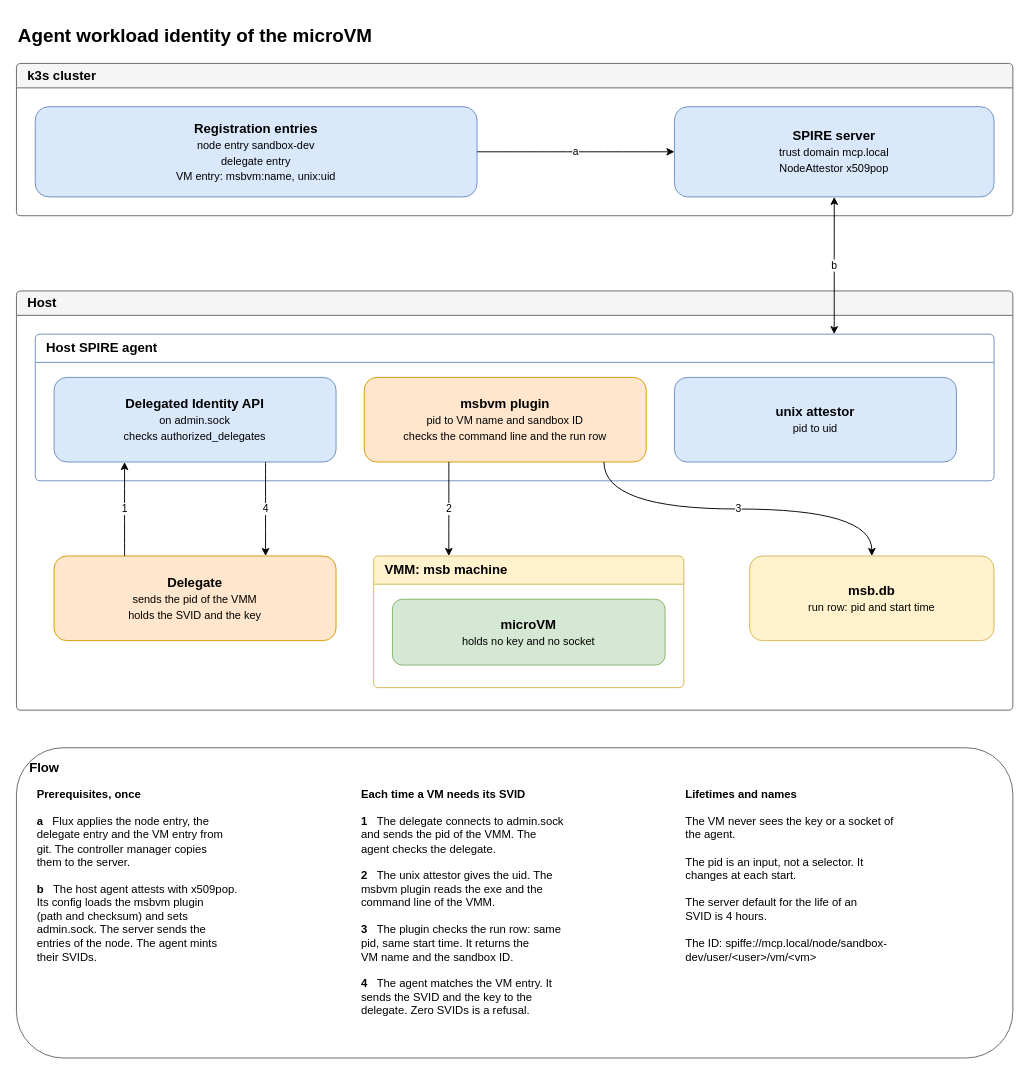
Before: code/agent-workload-identity/docs/diagrams/agent-workload-identity.drawio in raghav19/engineersdaybook, a draw.io diagram. Source tidied: cells renumbered, new cells numbered last; positions are measured from the earlier drawing's top-left corner, leaving out a move shared by most shapes. Both pictures are drawn from the tidied source at 94%, with x=0, y=0 at pixel (16, 16).
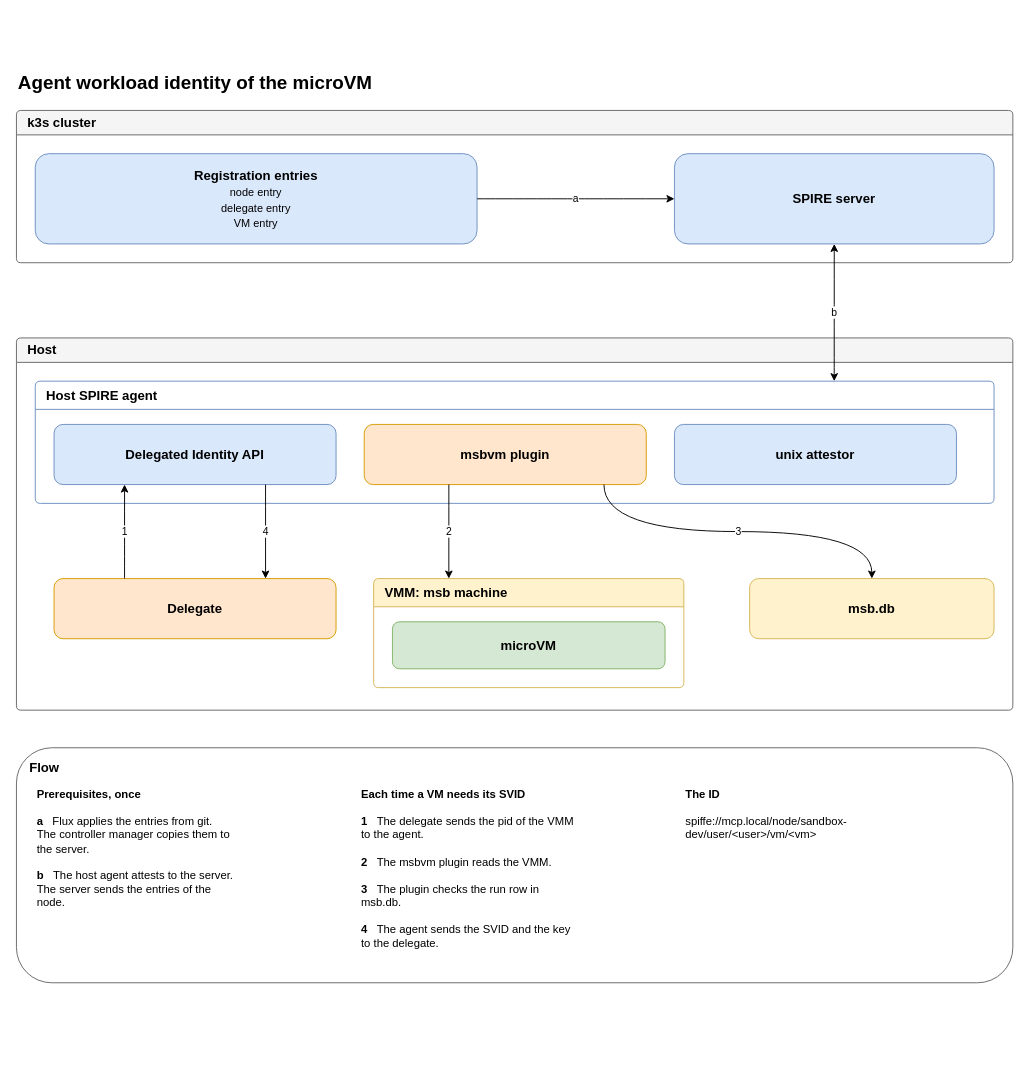
Above is the later version.

Commit message (it also covers changes not shown here):
docs: show only names in the agent workload identity diagram and move the details to flows

Diff of the diagram source:
```diff
@@
     <mxCell id="2" value="&lt;b&gt;Agent workload identity of the microVM&lt;/b&gt;" style="text;html=1;fontSize=20;fontStyle=1;align=left;verticalAlign=middle;" parent="1" vertex="1">
-      <mxGeometry width="1060" height="40" as="geometry" />
+      <mxGeometry y="50" width="1060" height="40" as="geometry" />
     </mxCell>
     <mxCell id="3" value="k3s cluster" style="swimlane;rounded=1;arcSize=6;startSize=26;fillColor=#f5f5f5;strokeColor=#666666;fontSize=14;html=1;align=left;spacingLeft=10;" parent="1" vertex="1">
-      <mxGeometry y="50" width="1060" height="162" as="geometry" />
+      <mxGeometry y="100" width="1060" height="162" as="geometry" />
     </mxCell>
-    <mxCell id="4" value="&lt;b&gt;Registration entries&lt;/b&gt;&lt;br&gt;&lt;small&gt;node entry sandbox-dev&lt;/small&gt;&lt;br&gt;&lt;small&gt;delegate entry&lt;/small&gt;&lt;br&gt;&lt;small&gt;VM entry: msbvm:name, unix:uid&lt;/small&gt;" style="rounded=1;whiteSpace=wrap;html=1;fontSize=14;fillColor=#dae8fc;strokeColor=#6c8ebf;" parent="3" vertex="1">
+    <mxCell id="4" value="&lt;b&gt;Registration entries&lt;/b&gt;&lt;br&gt;&lt;small&gt;node entry&lt;/small&gt;&lt;br&gt;&lt;small&gt;delegate entry&lt;/small&gt;&lt;br&gt;&lt;small&gt;VM entry&lt;/small&gt;" style="rounded=1;whiteSpace=wrap;html=1;fontSize=14;fillColor=#dae8fc;strokeColor=#6c8ebf;" parent="3" vertex="1">
       <mxGeometry x="20" y="46" width="470" height="96" as="geometry" />
     </mxCell>
-    <mxCell id="5" value="&lt;b&gt;SPIRE server&lt;/b&gt;&lt;br&gt;&lt;small&gt;trust domain mcp.local&lt;/small&gt;&lt;br&gt;&lt;small&gt;NodeAttestor x509pop&lt;/small&gt;" style="rounded=1;whiteSpace=wrap;html=1;fontSize=14;fillColor=#dae8fc;strokeColor=#6c8ebf;" parent="3" vertex="1">
+    <mxCell id="5" value="&lt;b&gt;SPIRE server&lt;/b&gt;" style="rounded=1;whiteSpace=wrap;html=1;fontSize=14;fillColor=#dae8fc;strokeColor=#6c8ebf;" parent="3" vertex="1">
       <mxGeometry x="700" y="46" width="340" height="96" as="geometry" />
     </mxCell>
     <mxCell id="6" value="Host" style="swimlane;rounded=1;arcSize=6;startSize=26;fillColor=#f5f5f5;strokeColor=#666666;fontSize=14;html=1;align=left;spacingLeft=10;" parent="1" vertex="1">
-      <mxGeometry y="292" width="1060" height="446" as="geometry" />
+      <mxGeometry y="342" width="1060" height="396" as="geometry" />
     </mxCell>
     <mxCell id="7" value="Host SPIRE agent" style="swimlane;rounded=1;arcSize=6;startSize=30;whiteSpace=wrap;html=1;fontSize=14;fillColor=#ffffff;strokeColor=#6c8ebf;align=left;spacingLeft=10;" parent="6" vertex="1">
-      <mxGeometry x="20" y="46" width="1020" height="156" as="geometry" />
+      <mxGeometry x="20" y="46" width="1020" height="130" as="geometry" />
     </mxCell>
-    <mxCell id="8" value="&lt;b&gt;Delegated Identity API&lt;/b&gt;&lt;br&gt;&lt;small&gt;on admin.sock&lt;/small&gt;&lt;br&gt;&lt;small&gt;checks authorized_delegates&lt;/small&gt;" style="rounded=1;whiteSpace=wrap;html=1;fontSize=14;fillColor=#dae8fc;strokeColor=#6c8ebf;" parent="7" vertex="1">
-      <mxGeometry x="20" y="46" width="300" height="90" as="geometry" />
+    <mxCell id="8" value="&lt;b&gt;Delegated Identity API&lt;/b&gt;" style="rounded=1;whiteSpace=wrap;html=1;fontSize=14;fillColor=#dae8fc;strokeColor=#6c8ebf;" parent="7" vertex="1">
+      <mxGeometry x="20" y="46" width="300" height="64" as="geometry" />
     </mxCell>
-    <mxCell id="9" value="&lt;b&gt;msbvm plugin&lt;/b&gt;&lt;br&gt;&lt;small&gt;pid to VM name and sandbox ID&lt;/small&gt;&lt;br&gt;&lt;small&gt;checks the command line and the run row&lt;/small&gt;" style="rounded=1;whiteSpace=wrap;html=1;fontSize=14;fillColor=#ffe6cc;strokeColor=#d79b00;" parent="7" vertex="1">
-      <mxGeometry x="350" y="46" width="300" height="90" as="geometry" />
+    <mxCell id="9" value="&lt;b&gt;msbvm plugin&lt;/b&gt;" style="rounded=1;whiteSpace=wrap;html=1;fontSize=14;fillColor=#ffe6cc;strokeColor=#d79b00;" parent="7" vertex="1">
+      <mxGeometry x="350" y="46" width="300" height="64" as="geometry" />
     </mxCell>
-    <mxCell id="10" value="&lt;b&gt;unix attestor&lt;/b&gt;&lt;br&gt;&lt;small&gt;pid to uid&lt;/small&gt;" style="rounded=1;whiteSpace=wrap;html=1;fontSize=14;fillColor=#dae8fc;strokeColor=#6c8ebf;" parent="7" vertex="1">
-      <mxGeometry x="680" y="46" width="300" height="90" as="geometry" />
+    <mxCell id="10" value="&lt;b&gt;unix attestor&lt;/b&gt;" style="rounded=1;whiteSpace=wrap;html=1;fontSize=14;fillColor=#dae8fc;strokeColor=#6c8ebf;" parent="7" vertex="1">
+      <mxGeometry x="680" y="46" width="300" height="64" as="geometry" />
     </mxCell>
-    <mxCell id="11" value="&lt;b&gt;Delegate&lt;/b&gt;&lt;br&gt;&lt;small&gt;sends the pid of the VMM&lt;/small&gt;&lt;br&gt;&lt;small&gt;holds the SVID and the key&lt;/small&gt;" style="rounded=1;whiteSpace=wrap;html=1;fontSize=14;fillColor=#ffe6cc;strokeColor=#d79b00;" parent="6" vertex="1">
-      <mxGeometry x="40" y="282" width="300" height="90" as="geometry" />
+    <mxCell id="11" value="&lt;b&gt;Delegate&lt;/b&gt;" style="rounded=1;whiteSpace=wrap;html=1;fontSize=14;fillColor=#ffe6cc;strokeColor=#d79b00;" parent="6" vertex="1">
+      <mxGeometry x="40" y="256" width="300" height="64" as="geometry" />
     </mxCell>
     <mxCell id="12" value="VMM: msb machine" style="swimlane;rounded=1;arcSize=6;startSize=30;whiteSpace=wrap;html=1;fontSize=14;fillColor=#fff2cc;strokeColor=#d6b656;align=left;spacingLeft=10;" parent="6" vertex="1">
-      <mxGeometry x="380" y="282" width="330" height="140" as="geometry" />
+      <mxGeometry x="380" y="256" width="330" height="116" as="geometry" />
     </mxCell>
-    <mxCell id="13" value="&lt;b&gt;microVM&lt;/b&gt;&lt;br&gt;&lt;small&gt;holds no key and no socket&lt;/small&gt;" style="rounded=1;whiteSpace=wrap;html=1;fontSize=14;fillColor=#d5e8d4;strokeColor=#82b366;" parent="12" vertex="1">
-      <mxGeometry x="20" y="46" width="290" height="70" as="geometry" />
+    <mxCell id="13" value="&lt;b&gt;microVM&lt;/b&gt;" style="rounded=1;whiteSpace=wrap;html=1;fontSize=14;fillColor=#d5e8d4;strokeColor=#82b366;" parent="12" vertex="1">
+      <mxGeometry x="20" y="46" width="290" height="50" as="geometry" />
     </mxCell>
-    <mxCell id="14" value="&lt;b&gt;msb.db&lt;/b&gt;&lt;br&gt;&lt;small&gt;run row: pid and start time&lt;/small&gt;" style="rounded=1;whiteSpace=wrap;html=1;fontSize=14;fillColor=#fff2cc;strokeColor=#d6b656;" parent="6" vertex="1">
-      <mxGeometry x="780" y="282" width="260" height="90" as="geometry" />
+    <mxCell id="14" value="&lt;b&gt;msb.db&lt;/b&gt;" style="rounded=1;whiteSpace=wrap;html=1;fontSize=14;fillColor=#fff2cc;strokeColor=#d6b656;" parent="6" vertex="1">
+      <mxGeometry x="780" y="256" width="260" height="64" as="geometry" />
     </mxCell>
@@
     <mxCell id="21" value="&lt;b&gt;Flow&lt;/b&gt;" style="rounded=1;whiteSpace=wrap;html=1;fontSize=14;align=left;verticalAlign=top;spacingLeft=12;spacingTop=6;fillColor=#ffffff;strokeColor=#666666;" parent="1" vertex="1">
-      <mxGeometry y="778" width="1060" height="330" as="geometry" />
+      <mxGeometry y="778" width="1060" height="250" as="geometry" />
     </mxCell>
-    <mxCell id="22" value="&lt;b&gt;Prerequisites, once&lt;/b&gt;&lt;br&gt;&lt;br&gt;&lt;b&gt;a&lt;/b&gt;&amp;nbsp;&amp;nbsp;&amp;nbsp;Flux applies the node entry, the&lt;br&gt;delegate entry and the VM entry from&lt;br&gt;git. The controller manager copies&lt;br&gt;them to the server.&lt;br&gt;&lt;br&gt;&lt;b&gt;b&lt;/b&gt;&amp;nbsp;&amp;nbsp;&amp;nbsp;The host agent attests with x509pop.&lt;br&gt;Its config loads the msbvm plugin&lt;br&gt;(path and checksum) and sets&lt;br&gt;admin.sock. The server sends the&lt;br&gt;entries of the node. The agent mints&lt;br&gt;their SVIDs.&lt;br&gt;&lt;br&gt;" style="text;html=1;whiteSpace=wrap;align=left;verticalAlign=top;fontSize=12;" parent="1" vertex="1">
-      <mxGeometry x="20" y="814" width="320" height="284" as="geometry" />
+    <mxCell id="22" value="&lt;b&gt;Prerequisites, once&lt;/b&gt;&lt;br&gt;&lt;br&gt;&lt;b&gt;a&lt;/b&gt;&amp;nbsp;&amp;nbsp;&amp;nbsp;Flux applies the entries from git.&lt;br&gt;The controller manager copies them to&lt;br&gt;the server.&lt;br&gt;&lt;br&gt;&lt;b&gt;b&lt;/b&gt;&amp;nbsp;&amp;nbsp;&amp;nbsp;The host agent attests to the server.&lt;br&gt;The server sends the entries of the&lt;br&gt;node.&lt;br&gt;&lt;br&gt;" style="text;html=1;whiteSpace=wrap;align=left;verticalAlign=top;fontSize=12;" parent="1" vertex="1">
+      <mxGeometry x="20" y="814" width="320" height="204" as="geometry" />
     </mxCell>
-    <mxCell id="23" value="&lt;b&gt;Each time a VM needs its SVID&lt;/b&gt;&lt;br&gt;&lt;br&gt;&lt;b&gt;1&lt;/b&gt;&amp;nbsp;&amp;nbsp;&amp;nbsp;The delegate connects to admin.sock&lt;br&gt;and sends the pid of the VMM. The&lt;br&gt;agent checks the delegate.&lt;br&gt;&lt;br&gt;&lt;b&gt;2&lt;/b&gt;&amp;nbsp;&amp;nbsp;&amp;nbsp;The unix attestor gives the uid. The&lt;br&gt;msbvm plugin reads the exe and the&lt;br&gt;command line of the VMM.&lt;br&gt;&lt;br&gt;&lt;b&gt;3&lt;/b&gt;&amp;nbsp;&amp;nbsp;&amp;nbsp;The plugin checks the run row: same&lt;br&gt;pid, same start time. It returns the&lt;br&gt;VM name and the sandbox ID.&lt;br&gt;&lt;br&gt;&lt;b&gt;4&lt;/b&gt;&amp;nbsp;&amp;nbsp;&amp;nbsp;The agent matches the VM entry. It&lt;br&gt;sends the SVID and the key to the&lt;br&gt;delegate. Zero SVIDs is a refusal.&lt;br&gt;&lt;br&gt;" style="text;html=1;whiteSpace=wrap;align=left;verticalAlign=top;fontSize=12;" parent="1" vertex="1">
-      <mxGeometry x="365" y="814" width="320" height="284" as="geometry" />
+    <mxCell id="23" value="&lt;b&gt;Each time a VM needs its SVID&lt;/b&gt;&lt;br&gt;&lt;br&gt;&lt;b&gt;1&lt;/b&gt;&amp;nbsp;&amp;nbsp;&amp;nbsp;The delegate sends the pid of the VMM&lt;br&gt;to the agent.&lt;br&gt;&lt;br&gt;&lt;b&gt;2&lt;/b&gt;&amp;nbsp;&amp;nbsp;&amp;nbsp;The msbvm plugin reads the VMM.&lt;br&gt;&lt;br&gt;&lt;b&gt;3&lt;/b&gt;&amp;nbsp;&amp;nbsp;&amp;nbsp;The plugin checks the run row in&lt;br&gt;msb.db.&lt;br&gt;&lt;br&gt;&lt;b&gt;4&lt;/b&gt;&amp;nbsp;&amp;nbsp;&amp;nbsp;The agent sends the SVID and the key&lt;br&gt;to the delegate.&lt;br&gt;&lt;br&gt;" style="text;html=1;whiteSpace=wrap;align=left;verticalAlign=top;fontSize=12;" parent="1" vertex="1">
+      <mxGeometry x="365" y="814" width="320" height="204" as="geometry" />
     </mxCell>
-    <mxCell id="24" value="&lt;b&gt;Lifetimes and names&lt;/b&gt;&lt;br&gt;&lt;br&gt;The VM never sees the key or a socket of&lt;br&gt;the agent.&lt;br&gt;&lt;br&gt;The pid is an input, not a selector. It&lt;br&gt;changes at each start.&lt;br&gt;&lt;br&gt;The server default for the life of an&lt;br&gt;SVID is 4 hours.&lt;br&gt;&lt;br&gt;The ID: spiffe://mcp.local/node/sandbox-&lt;br&gt;dev/user/&amp;lt;user&amp;gt;/vm/&amp;lt;vm&amp;gt;&lt;br&gt;&lt;br&gt;" style="text;html=1;whiteSpace=wrap;align=left;verticalAlign=top;fontSize=12;" parent="1" vertex="1">
-      <mxGeometry x="710" y="814" width="320" height="284" as="geometry" />
+    <mxCell id="24" value="&lt;b&gt;The ID&lt;/b&gt;&lt;br&gt;&lt;br&gt;spiffe://mcp.local/node/sandbox-&lt;br&gt;dev/user/&amp;lt;user&amp;gt;/vm/&amp;lt;vm&amp;gt;&lt;br&gt;&lt;br&gt;" style="text;html=1;whiteSpace=wrap;align=left;verticalAlign=top;fontSize=12;" parent="1" vertex="1">
+      <mxGeometry x="710" y="814" width="320" height="204" as="geometry" />
     </mxCell>
```
